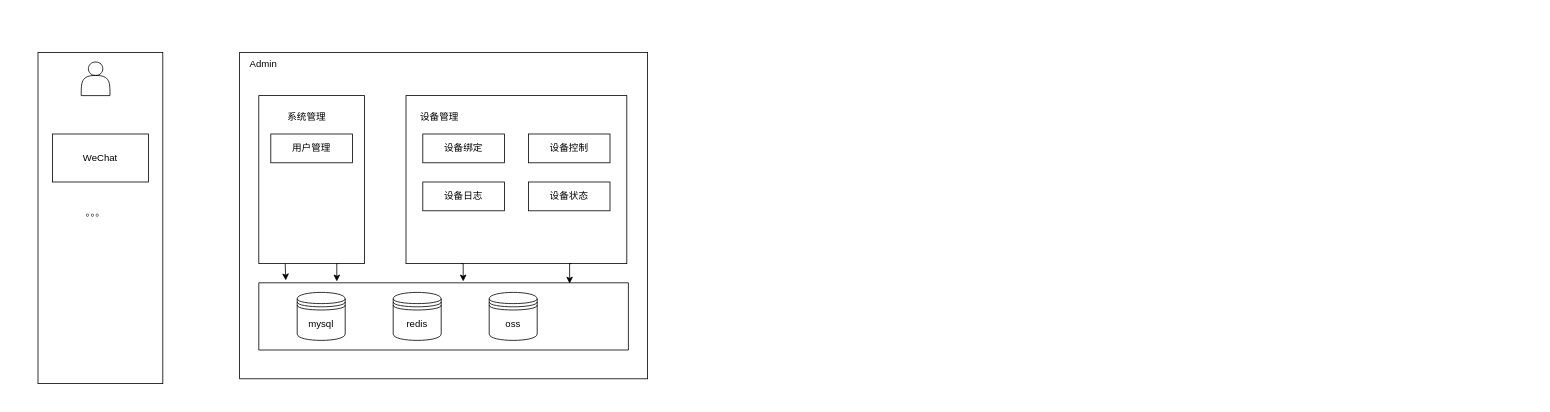
Earlier version of the draw.io diagram FastPlatfrom.drawio (Jooolee/my-drawio). Source tidied: cells renumbered, new cells numbered last; positions are measured from the earlier drawing's top-left corner, leaving out a move shared by most shapes. Both pictures are drawn from the tidied source at 80%, with x=0, y=0 at pixel (38, 52).
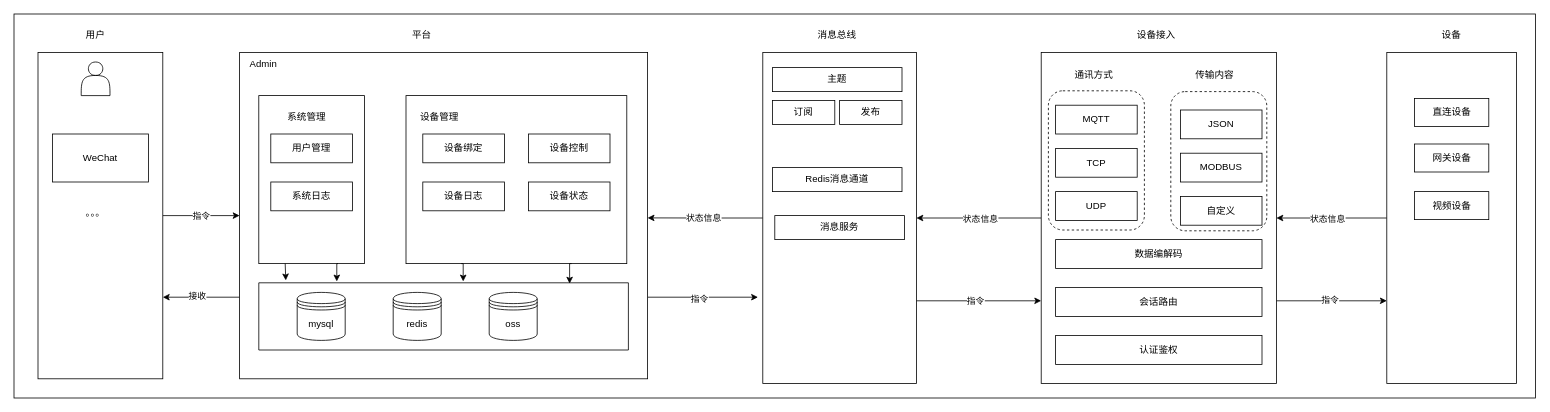
Above is the later version.

Unchanged cells that the change refers to:
```xml
<mxCell id="2" style="rounded=0;whiteSpace=wrap;html=1;" parent="1" vertex="1">
  <mxGeometry x="252" width="510" height="408" as="geometry" />
</mxCell>
```

Diff of the diagram source:
```diff
@@
+    <mxCell id="25" style="rounded=0;whiteSpace=wrap;html=1;" parent="1" vertex="1">
+      <mxGeometry x="-30" y="-48" width="1902" height="480" as="geometry" />
+    </mxCell>
+    <mxCell id="26" style="edgeStyle=orthogonalEdgeStyle;rounded=0;jettySize=auto;html=1;exitX=0;exitY=0.5;exitDx=0;exitDy=0;entryX=1;entryY=0.5;entryDx=0;entryDy=0;" parent="1" edge="1" source="30" target="43">
+      <mxGeometry relative="1" as="geometry" />
+    </mxCell>
+    <mxCell id="27" value="状态信息" style="edgeLabel;html=1;align=center;verticalAlign=middle;" parent="26" vertex="1">
+      <mxGeometry x="-0.01" relative="1" as="geometry" />
+    </mxCell>
+    <mxCell id="28" style="edgeStyle=orthogonalEdgeStyle;rounded=0;jettySize=auto;html=1;exitX=1;exitY=0.75;exitDx=0;exitDy=0;entryX=0;entryY=0.75;entryDx=0;entryDy=0;" parent="1" edge="1" source="30" target="66">
+      <mxGeometry relative="1" as="geometry" />
+    </mxCell>
+    <mxCell id="29" value="指令" style="edgeLabel;html=1;align=center;verticalAlign=middle;" parent="28" vertex="1">
+      <mxGeometry x="-0.05" y="1" relative="1" as="geometry" />
+    </mxCell>
+    <mxCell id="30" style="rounded=0;whiteSpace=wrap;html=1;" parent="1" vertex="1">
+      <mxGeometry x="1254" width="294" height="414" as="geometry" />
+    </mxCell>
+    <mxCell id="31" style="rounded=1;whiteSpace=wrap;html=1;dashed=1;" parent="1" vertex="1">
+      <mxGeometry x="1416" y="49" width="120" height="174" as="geometry" />
+    </mxCell>
+    <mxCell id="32" style="rounded=1;whiteSpace=wrap;html=1;dashed=1;" parent="1" vertex="1">
+      <mxGeometry x="1263" y="48" width="120" height="174" as="geometry" />
+    </mxCell>
+    <mxCell id="33" style="edgeStyle=orthogonalEdgeStyle;rounded=0;jettySize=auto;html=1;exitX=0;exitY=0.75;exitDx=0;exitDy=0;entryX=1;entryY=0.75;entryDx=0;entryDy=0;" parent="1" edge="1" source="2" target="4">
+      <mxGeometry relative="1" as="geometry" />
+    </mxCell>
+    <mxCell id="34" value="接收" style="edgeLabel;html=1;align=center;verticalAlign=middle;" parent="33" vertex="1">
+      <mxGeometry x="0.12" y="-2" relative="1" as="geometry" />
+    </mxCell>
+    <mxCell id="35" style="edgeStyle=orthogonalEdgeStyle;rounded=0;jettySize=auto;html=1;exitX=1;exitY=0.75;exitDx=0;exitDy=0;" parent="1" edge="1" source="2">
+      <mxGeometry relative="1" as="geometry">
+        <mxPoint x="900" y="306" as="targetPoint" />
+      </mxGeometry>
+    </mxCell>
+    <mxCell id="36" value="指令" style="edgeLabel;html=1;align=center;verticalAlign=middle;" parent="35" vertex="1">
+      <mxGeometry x="-0.07" y="-1" relative="1" as="geometry" />
+    </mxCell>
@@
+    <mxCell id="37" style="edgeStyle=orthogonalEdgeStyle;rounded=0;jettySize=auto;html=1;exitX=1;exitY=0.5;exitDx=0;exitDy=0;entryX=0;entryY=0.5;entryDx=0;entryDy=0;" parent="1" edge="1" source="4" target="2">
+      <mxGeometry relative="1" as="geometry" />
+    </mxCell>
+    <mxCell id="38" value="指令" style="edgeLabel;html=1;align=center;verticalAlign=middle;" parent="37" vertex="1">
+      <mxGeometry x="-0.02" relative="1" as="geometry" />
+    </mxCell>
     <mxCell id="4" style="rounded=0;whiteSpace=wrap;html=1;" parent="1" vertex="1">
-      <mxGeometry width="156" height="414" as="geometry" />
+      <mxGeometry width="156" height="408" as="geometry" />
     </mxCell>
@@
+    <mxCell id="39" style="edgeStyle=orthogonalEdgeStyle;rounded=0;jettySize=auto;html=1;exitX=0;exitY=0.5;exitDx=0;exitDy=0;entryX=1;entryY=0.507;entryDx=0;entryDy=0;entryPerimeter=0;" parent="1" edge="1" source="43" target="2">
+      <mxGeometry relative="1" as="geometry" />
+    </mxCell>
+    <mxCell id="40" value="状态信息" style="edgeLabel;html=1;align=center;verticalAlign=middle;" parent="39" vertex="1">
+      <mxGeometry x="0.17" y="-2" relative="1" as="geometry">
+        <mxPoint x="9" y="2" as="offset" />
+      </mxGeometry>
+    </mxCell>
+    <mxCell id="41" style="edgeStyle=orthogonalEdgeStyle;rounded=0;jettySize=auto;html=1;exitX=1;exitY=0.75;exitDx=0;exitDy=0;entryX=0;entryY=0.75;entryDx=0;entryDy=0;" parent="1" edge="1" source="43" target="30">
+      <mxGeometry relative="1" as="geometry" />
+    </mxCell>
+    <mxCell id="42" value="指令" style="edgeLabel;html=1;align=center;verticalAlign=middle;" parent="41" vertex="1">
+      <mxGeometry x="-0.06" relative="1" as="geometry" />
+    </mxCell>
+    <mxCell id="43" style="rounded=0;whiteSpace=wrap;html=1;" parent="1" vertex="1">
+      <mxGeometry x="906" width="192" height="414" as="geometry" />
+    </mxCell>
+    <mxCell id="44" value="通讯方式" style="text;html=1;align=center;verticalAlign=middle;whiteSpace=wrap;rounded=0;" parent="1" vertex="1">
+      <mxGeometry x="1290" y="13" width="60" height="30" as="geometry" />
+    </mxCell>
+    <mxCell id="45" value="MQTT" style="rounded=0;whiteSpace=wrap;html=1;" parent="1" vertex="1">
+      <mxGeometry x="1272" y="66" width="102" height="36" as="geometry" />
+    </mxCell>
+    <mxCell id="46" value="TCP" style="rounded=0;whiteSpace=wrap;html=1;" parent="1" vertex="1">
+      <mxGeometry x="1272" y="120" width="102" height="36" as="geometry" />
+    </mxCell>
+    <mxCell id="47" value="UDP" style="rounded=0;whiteSpace=wrap;html=1;" parent="1" vertex="1">
+      <mxGeometry x="1272" y="174" width="102" height="36" as="geometry" />
+    </mxCell>
+    <mxCell id="48" value="传输内容" style="text;html=1;align=center;verticalAlign=middle;whiteSpace=wrap;rounded=0;" parent="1" vertex="1">
+      <mxGeometry x="1441" y="14" width="60" height="30" as="geometry" />
+    </mxCell>
+    <mxCell id="49" value="JSON" style="rounded=0;whiteSpace=wrap;html=1;" parent="1" vertex="1">
+      <mxGeometry x="1428" y="72" width="102" height="36" as="geometry" />
+    </mxCell>
+    <mxCell id="50" value="MODBUS" style="rounded=0;whiteSpace=wrap;html=1;" parent="1" vertex="1">
+      <mxGeometry x="1428" y="126" width="102" height="36" as="geometry" />
+    </mxCell>
+    <mxCell id="51" value="自定义" style="rounded=0;whiteSpace=wrap;html=1;" parent="1" vertex="1">
+      <mxGeometry x="1428" y="180" width="102" height="36" as="geometry" />
+    </mxCell>
+    <mxCell id="52" value="数据编解码" style="rounded=0;whiteSpace=wrap;html=1;" parent="1" vertex="1">
+      <mxGeometry x="1272" y="234" width="258" height="36" as="geometry" />
+    </mxCell>
+    <mxCell id="53" value="会话路由" style="rounded=0;whiteSpace=wrap;html=1;" parent="1" vertex="1">
+      <mxGeometry x="1272" y="294" width="258" height="36" as="geometry" />
+    </mxCell>
+    <mxCell id="54" value="认证鉴权" style="rounded=0;whiteSpace=wrap;html=1;" parent="1" vertex="1">
+      <mxGeometry x="1272" y="354" width="258" height="36" as="geometry" />
+    </mxCell>
+    <mxCell id="55" value="设备接入" style="text;html=1;align=center;verticalAlign=middle;whiteSpace=wrap;rounded=0;" parent="1" vertex="1">
+      <mxGeometry x="1368" y="-36" width="60" height="30" as="geometry" />
+    </mxCell>
+    <mxCell id="56" value="消息总线" style="text;html=1;align=center;verticalAlign=middle;whiteSpace=wrap;rounded=0;" parent="1" vertex="1">
+      <mxGeometry x="969" y="-36" width="60" height="30" as="geometry" />
+    </mxCell>
+    <mxCell id="57" value="平台" style="text;html=1;align=center;verticalAlign=middle;whiteSpace=wrap;rounded=0;" parent="1" vertex="1">
+      <mxGeometry x="450" y="-36" width="60" height="30" as="geometry" />
+    </mxCell>
+    <mxCell id="58" value="用户" style="text;html=1;align=center;verticalAlign=middle;whiteSpace=wrap;rounded=0;" parent="1" vertex="1">
+      <mxGeometry x="42" y="-36" width="60" height="30" as="geometry" />
+    </mxCell>
+    <mxCell id="59" value="主题" style="rounded=0;whiteSpace=wrap;html=1;" parent="1" vertex="1">
+      <mxGeometry x="918" y="19" width="162" height="30" as="geometry" />
+    </mxCell>
+    <mxCell id="60" value="订阅" style="rounded=0;whiteSpace=wrap;html=1;" parent="1" vertex="1">
+      <mxGeometry x="918" y="60" width="78" height="30" as="geometry" />
+    </mxCell>
+    <mxCell id="61" value="发布" style="rounded=0;whiteSpace=wrap;html=1;" parent="1" vertex="1">
+      <mxGeometry x="1002" y="60" width="78" height="30" as="geometry" />
+    </mxCell>
+    <mxCell id="62" value="Redis消息通道" style="rounded=0;whiteSpace=wrap;html=1;" parent="1" vertex="1">
+      <mxGeometry x="918" y="144" width="162" height="30" as="geometry" />
+    </mxCell>
+    <mxCell id="63" value="消息服务" style="rounded=0;whiteSpace=wrap;html=1;" parent="1" vertex="1">
+      <mxGeometry x="921" y="204" width="162" height="30" as="geometry" />
+    </mxCell>
+    <mxCell id="64" style="edgeStyle=orthogonalEdgeStyle;rounded=0;jettySize=auto;html=1;exitX=0;exitY=0.5;exitDx=0;exitDy=0;entryX=1;entryY=0.5;entryDx=0;entryDy=0;" parent="1" edge="1" source="66" target="30">
+      <mxGeometry relative="1" as="geometry" />
+    </mxCell>
+    <mxCell id="65" value="状态信息" style="edgeLabel;html=1;align=center;verticalAlign=middle;" parent="64" vertex="1">
+      <mxGeometry x="0.09" y="1" relative="1" as="geometry" />
+    </mxCell>
+    <mxCell id="66" style="rounded=0;whiteSpace=wrap;html=1;" parent="1" vertex="1">
+      <mxGeometry x="1686" width="162" height="414" as="geometry" />
+    </mxCell>
+    <mxCell id="67" value="设备" style="text;html=1;align=center;verticalAlign=middle;whiteSpace=wrap;rounded=0;" parent="1" vertex="1">
+      <mxGeometry x="1737" y="-36" width="60" height="30" as="geometry" />
+    </mxCell>
+    <mxCell id="68" value="直连设备" style="rounded=0;whiteSpace=wrap;html=1;" parent="1" vertex="1">
+      <mxGeometry x="1720.5" y="57.5" width="93" height="35" as="geometry" />
+    </mxCell>
+    <mxCell id="69" value="网关设备" style="rounded=0;whiteSpace=wrap;html=1;" parent="1" vertex="1">
+      <mxGeometry x="1720.5" y="114.5" width="93" height="35" as="geometry" />
+    </mxCell>
+    <mxCell id="70" value="视频设备" style="rounded=0;whiteSpace=wrap;html=1;" parent="1" vertex="1">
+      <mxGeometry x="1720.5" y="174" width="93" height="35" as="geometry" />
+    </mxCell>
+    <mxCell id="71" value="系统日志" style="rounded=0;whiteSpace=wrap;html=1;" parent="1" vertex="1">
+      <mxGeometry x="291" y="162" width="102" height="36" as="geometry" />
+    </mxCell>
```
